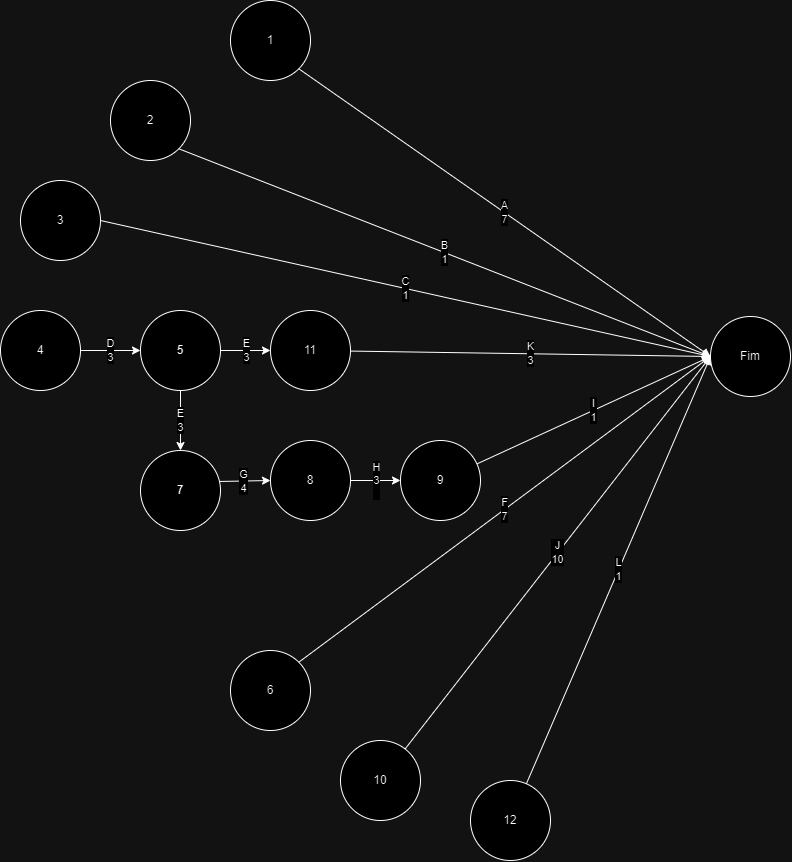
Before: docs/Pert e CPM.drawio.png, a diagram exported from draw.io (fefemattoso/EPONA). Source tidied: cells renumbered, new cells last; positions are measured from the earlier drawing's top-left corner, leaving out a move shared by most shapes.
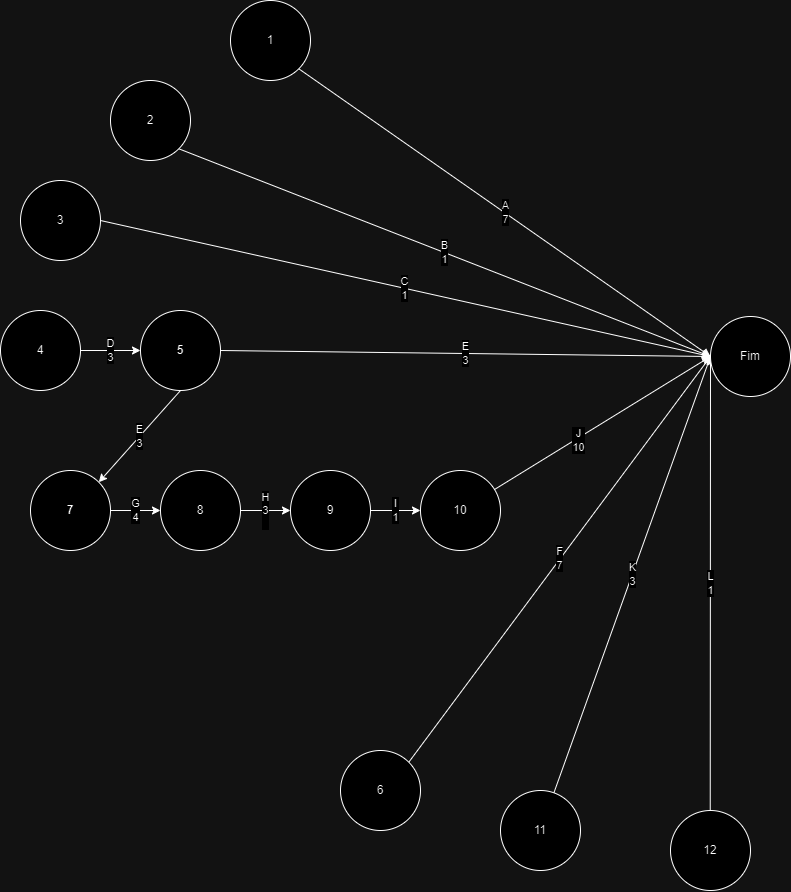
After the commit.

The edit, as a diff of the source:
```diff
@@ -6,79 +6,82 @@
       <mxGeometry relative="1" as="geometry" />
     </mxCell>
     <mxCell id="3" value="1" style="ellipse;whiteSpace=wrap;html=1;" parent="1" vertex="1">
-      <mxGeometry x="230" width="80" height="80" as="geometry" />
+      <mxGeometry x="1874" y="-90" width="80" height="80" as="geometry" />
     </mxCell>
     <mxCell id="4" value="&lt;div&gt;B&lt;/div&gt;&lt;div&gt;1&lt;/div&gt;" style="rounded=0;jettySize=auto;html=1;exitX=1;exitY=1;exitDx=0;exitDy=0;entryX=0;entryY=0.5;entryDx=0;entryDy=0;" parent="1" edge="1" source="5" target="27">
       <mxGeometry relative="1" as="geometry" />
     </mxCell>
     <mxCell id="5" value="2" style="ellipse;whiteSpace=wrap;html=1;" parent="1" vertex="1">
-      <mxGeometry x="110" y="80" width="80" height="80" as="geometry" />
+      <mxGeometry x="1754" y="-10" width="80" height="80" as="geometry" />
     </mxCell>
     <mxCell id="6" value="&lt;div&gt;C&lt;/div&gt;&lt;div&gt;1&lt;/div&gt;" style="rounded=0;jettySize=auto;html=1;exitX=1;exitY=0.5;exitDx=0;exitDy=0;entryX=0;entryY=0.5;entryDx=0;entryDy=0;" parent="1" edge="1" source="7" target="27">
       <mxGeometry relative="1" as="geometry" />
     </mxCell>
     <mxCell id="7" value="3" style="ellipse;whiteSpace=wrap;html=1;" parent="1" vertex="1">
-      <mxGeometry x="20" y="180" width="80" height="80" as="geometry" />
+      <mxGeometry x="1664" y="90" width="80" height="80" as="geometry" />
     </mxCell>
     <mxCell id="8" value="&lt;div&gt;D&lt;br&gt;&lt;/div&gt;&lt;div&gt;3&lt;/div&gt;" style="rounded=0;jettySize=auto;html=1;entryX=0;entryY=0.5;entryDx=0;entryDy=0;exitX=1;exitY=0.5;exitDx=0;exitDy=0;" parent="1" edge="1" source="9" target="11">
       <mxGeometry relative="1" as="geometry" />
     </mxCell>
     <mxCell id="9" value="4" style="ellipse;whiteSpace=wrap;html=1;" parent="1" vertex="1">
-      <mxGeometry y="310" width="80" height="80" as="geometry" />
+      <mxGeometry x="1644" y="220" width="80" height="80" as="geometry" />
     </mxCell>
-    <mxCell id="10" value="E&lt;div&gt;3&lt;/div&gt;" style="rounded=0;jettySize=auto;html=1;exitX=0.5;exitY=1;exitDx=0;exitDy=0;entryX=0.5;entryY=0;entryDx=0;entryDy=0;" parent="1" edge="1" source="11" target="15">
+    <mxCell id="10" value="E&lt;div&gt;3&lt;/div&gt;" style="rounded=0;jettySize=auto;html=1;exitX=0.5;exitY=1;exitDx=0;exitDy=0;entryX=1;entryY=0;entryDx=0;entryDy=0;" parent="1" edge="1" source="11" target="15">
       <mxGeometry relative="1" as="geometry" />
     </mxCell>
     <mxCell id="11" value="5" style="ellipse;whiteSpace=wrap;html=1;fontStyle=1;" parent="1" vertex="1">
-      <mxGeometry x="140" y="310" width="80" height="80" as="geometry" />
+      <mxGeometry x="1784" y="220" width="80" height="80" as="geometry" />
     </mxCell>
     <mxCell id="12" value="F&lt;div&gt;7&lt;/div&gt;" style="rounded=0;jettySize=auto;html=1;exitX=1;exitY=0;exitDx=0;exitDy=0;entryX=0;entryY=0.5;entryDx=0;entryDy=0;" parent="1" edge="1" source="13" target="27">
       <mxGeometry relative="1" as="geometry" />
     </mxCell>
     <mxCell id="13" value="6" style="ellipse;whiteSpace=wrap;html=1;" parent="1" vertex="1">
-      <mxGeometry x="230" y="650" width="80" height="80" as="geometry" />
+      <mxGeometry x="1984" y="660" width="80" height="80" as="geometry" />
     </mxCell>
-    <mxCell id="14" value="G&lt;div&gt;4&lt;/div&gt;" style="rounded=0;jettySize=auto;html=1;exitX=0.946;exitY=0.388;exitDx=0;exitDy=0;entryX=0;entryY=0.5;entryDx=0;entryDy=0;exitPerimeter=0;" parent="1" edge="1" source="15" target="18">
+    <mxCell id="14" value="G&lt;div&gt;4&lt;/div&gt;" style="rounded=0;jettySize=auto;html=1;entryX=0;entryY=0.5;entryDx=0;entryDy=0;exitX=1;exitY=0.5;exitDx=0;exitDy=0;" parent="1" edge="1" source="15" target="18">
       <mxGeometry relative="1" as="geometry" />
     </mxCell>
     <mxCell id="15" value="7" style="ellipse;whiteSpace=wrap;html=1;fontStyle=1;" parent="1" vertex="1">
-      <mxGeometry x="140" y="450" width="80" height="80" as="geometry" />
+      <mxGeometry x="1674" y="380" width="80" height="80" as="geometry" />
     </mxCell>
-    <mxCell id="16" value="E&lt;div&gt;3&lt;/div&gt;" style="rounded=0;jettySize=auto;html=1;exitX=1;exitY=0.5;exitDx=0;exitDy=0;entryX=0;entryY=0.5;entryDx=0;entryDy=0;" parent="1" edge="1" source="11" target="24">
+    <mxCell id="16" value="E&lt;div&gt;3&lt;/div&gt;" style="rounded=0;jettySize=auto;html=1;exitX=1;exitY=0.5;exitDx=0;exitDy=0;entryX=0;entryY=0.5;entryDx=0;entryDy=0;" parent="1" edge="1" source="11" target="27">
       <mxGeometry relative="1" as="geometry" />
     </mxCell>
     <mxCell id="17" value="H&lt;div&gt;3&lt;/div&gt;&lt;div&gt;&lt;br&gt;&lt;/div&gt;" style="rounded=0;jettySize=auto;html=1;entryX=0;entryY=0.5;entryDx=0;entryDy=0;" parent="1" edge="1" source="18" target="20">
       <mxGeometry relative="1" as="geometry" />
     </mxCell>
     <mxCell id="18" value="8" style="ellipse;whiteSpace=wrap;html=1;" parent="1" vertex="1">
-      <mxGeometry x="270" y="440" width="80" height="80" as="geometry" />
+      <mxGeometry x="1804" y="380" width="80" height="80" as="geometry" />
     </mxCell>
-    <mxCell id="19" value="I&lt;div&gt;1&lt;/div&gt;" style="rounded=0;jettySize=auto;html=1;entryX=0;entryY=0.5;entryDx=0;entryDy=0;" parent="1" edge="1" source="20" target="27">
+    <mxCell id="19" value="I&lt;div&gt;1&lt;/div&gt;" style="rounded=0;jettySize=auto;html=1;entryX=0;entryY=0.5;entryDx=0;entryDy=0;" parent="1" edge="1" source="20" target="22">
       <mxGeometry relative="1" as="geometry" />
     </mxCell>
     <mxCell id="20" value="9" style="ellipse;whiteSpace=wrap;html=1;" parent="1" vertex="1">
-      <mxGeometry x="400" y="440" width="80" height="80" as="geometry" />
+      <mxGeometry x="1934" y="380" width="80" height="80" as="geometry" />
     </mxCell>
-    <mxCell id="21" value="J&lt;div&gt;10&lt;/div&gt;" style="rounded=0;jettySize=auto;html=1;entryX=0;entryY=0.5;entryDx=0;entryDy=0;" parent="1" edge="1" source="22" target="27">
-      <mxGeometry relative="1" as="geometry" />
-    </mxCell>
-    <mxCell id="22" value="10" style="ellipse;whiteSpace=wrap;html=1;" parent="1" vertex="1">
-      <mxGeometry x="340" y="740" width="80" height="80" as="geometry" />
-    </mxCell>
     <mxCell id="23" value="K&lt;div&gt;3&lt;/div&gt;" style="rounded=0;jettySize=auto;html=1;entryX=0;entryY=0.5;entryDx=0;entryDy=0;" parent="1" edge="1" source="24" target="27">
       <mxGeometry relative="1" as="geometry" />
     </mxCell>
     <mxCell id="24" value="11" style="ellipse;whiteSpace=wrap;html=1;" parent="1" vertex="1">
-      <mxGeometry x="270" y="310" width="80" height="80" as="geometry" />
+      <mxGeometry x="2144" y="700" width="80" height="80" as="geometry" />
     </mxCell>
     <mxCell id="25" value="L&lt;div&gt;1&lt;/div&gt;" style="rounded=0;jettySize=auto;html=1;entryX=0;entryY=0.5;entryDx=0;entryDy=0;" parent="1" edge="1" source="26" target="27">
       <mxGeometry relative="1" as="geometry" />
     </mxCell>
     <mxCell id="26" value="12" style="ellipse;whiteSpace=wrap;html=1;" parent="1" vertex="1">
-      <mxGeometry x="470" y="780" width="80" height="80" as="geometry" />
+      <mxGeometry x="2314" y="720" width="80" height="80" as="geometry" />
     </mxCell>
     <mxCell id="27" value="Fim" style="ellipse;whiteSpace=wrap;html=1;" parent="1" vertex="1">
-      <mxGeometry x="710" y="316" width="80" height="80" as="geometry" />
+      <mxGeometry x="2354" y="226" width="80" height="80" as="geometry" />
     </mxCell>
+    <mxCell id="28" style="rounded=0;jettySize=auto;html=1;entryX=0;entryY=0.5;entryDx=0;entryDy=0;" parent="1" edge="1" source="22" target="27">
+      <mxGeometry relative="1" as="geometry" />
+    </mxCell>
+    <mxCell id="21" value="J&lt;div&gt;10&lt;/div&gt;" style="edgeLabel;html=1;align=center;verticalAlign=middle;" parent="28" vertex="1">
+      <mxGeometry x="-0.24" y="-1" relative="1" as="geometry" />
+    </mxCell>
+    <mxCell id="22" value="10" style="ellipse;whiteSpace=wrap;html=1;" parent="1" vertex="1">
+      <mxGeometry x="2064" y="380" width="80" height="80" as="geometry" />
+    </mxCell>
   </root>
 </mxGraphModel>
```
